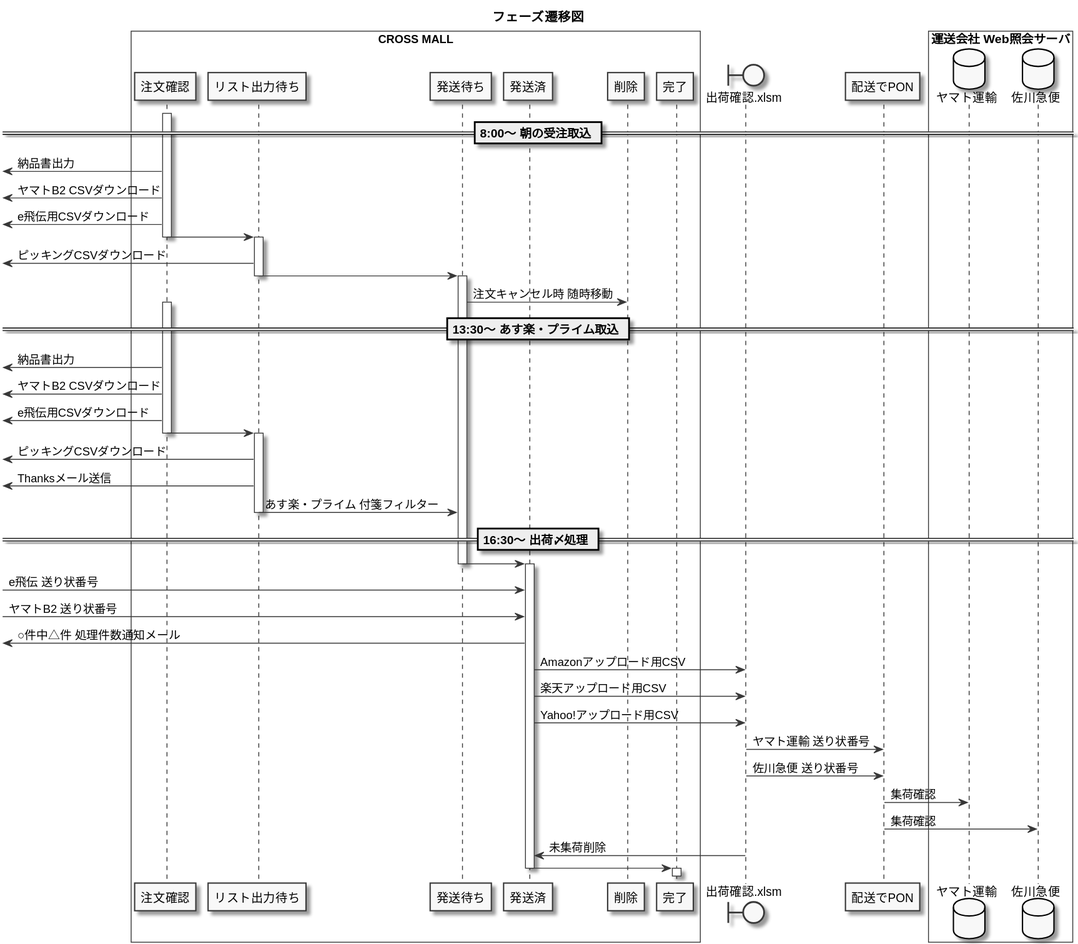
The PlantUML diagram out/phase_change_figure/phase_change_figure.svg in amunenaga/ec-backyard-macro, before a commit. Its source is kept beside it as phase_change_figure.puml. Its diagram source:
```plantuml
@startuml phase_change_figure

skinparam monochrome true
skinparam packageFontSize 25

title フェーズ遷移図

== 8:00～ 朝の受注取込 ==

activate 注文確認
[<- 注文確認 :納品書出力
[<- 注文確認 :ヤマトB2 CSVダウンロード
[<- 注文確認 :e飛伝用CSVダウンロード

注文確認 -> リスト出力待ち
deactivate 注文確認

activate リスト出力待ち
[<- リスト出力待ち : ピッキングCSVダウンロード

リスト出力待ち -> 発送待ち
deactivate リスト出力待ち

activate 発送待ち

発送待ち -> 削除 :注文キャンセル時 随時移動

== 13:30～ あす楽・プライム取込 ==

box "CROSS MALL" #white
participant 注文確認
participant リスト出力待ち
participant 発送待ち
participant 発送済
participant 削除
participant 完了
end box

activate 注文確認
[<- 注文確認 :納品書出力
[<- 注文確認 :ヤマトB2 CSVダウンロード
[<- 注文確認 :e飛伝用CSVダウンロード

注文確認 -> リスト出力待ち
deactivate 注文確認

activate リスト出力待ち
[<- リスト出力待ち : ピッキングCSVダウンロード
[<- リスト出力待ち : Thanksメール送信

リスト出力待ち -> 発送待ち :あす楽・プライム 付箋フィルター
deactivate リスト出力待ち

== 16:30～ 出荷〆処理 ==

発送待ち -> 発送済

deactivate 発送待ち

activate 発送済

[-> 発送済 :e飛伝 送り状番号
[-> 発送済 :ヤマトB2 送り状番号

[<- 発送済 : ○件中△件 処理件数通知メール

boundary 出荷確認.xlsm

発送済 -> 出荷確認.xlsm :Amazonアップロード用CSV
発送済 -> 出荷確認.xlsm :楽天アップロード用CSV
発送済 -> 出荷確認.xlsm :Yahoo!アップロード用CSV

出荷確認.xlsm -> 配送でPON : ヤマト運輸 送り状番号
出荷確認.xlsm -> 配送でPON : 佐川急便 送り状番号

box "運送会社 Web照会サーバ" #white
    database ヤマト運輸
    database 佐川急便
end box

配送でPON -> ヤマト運輸 : 集荷確認
配送でPON -> 佐川急便 : 集荷確認

出荷確認.xlsm -> 発送済 : 未集荷削除

発送済 -> 完了

deactivate 発送済

activate 完了

@enduml
```
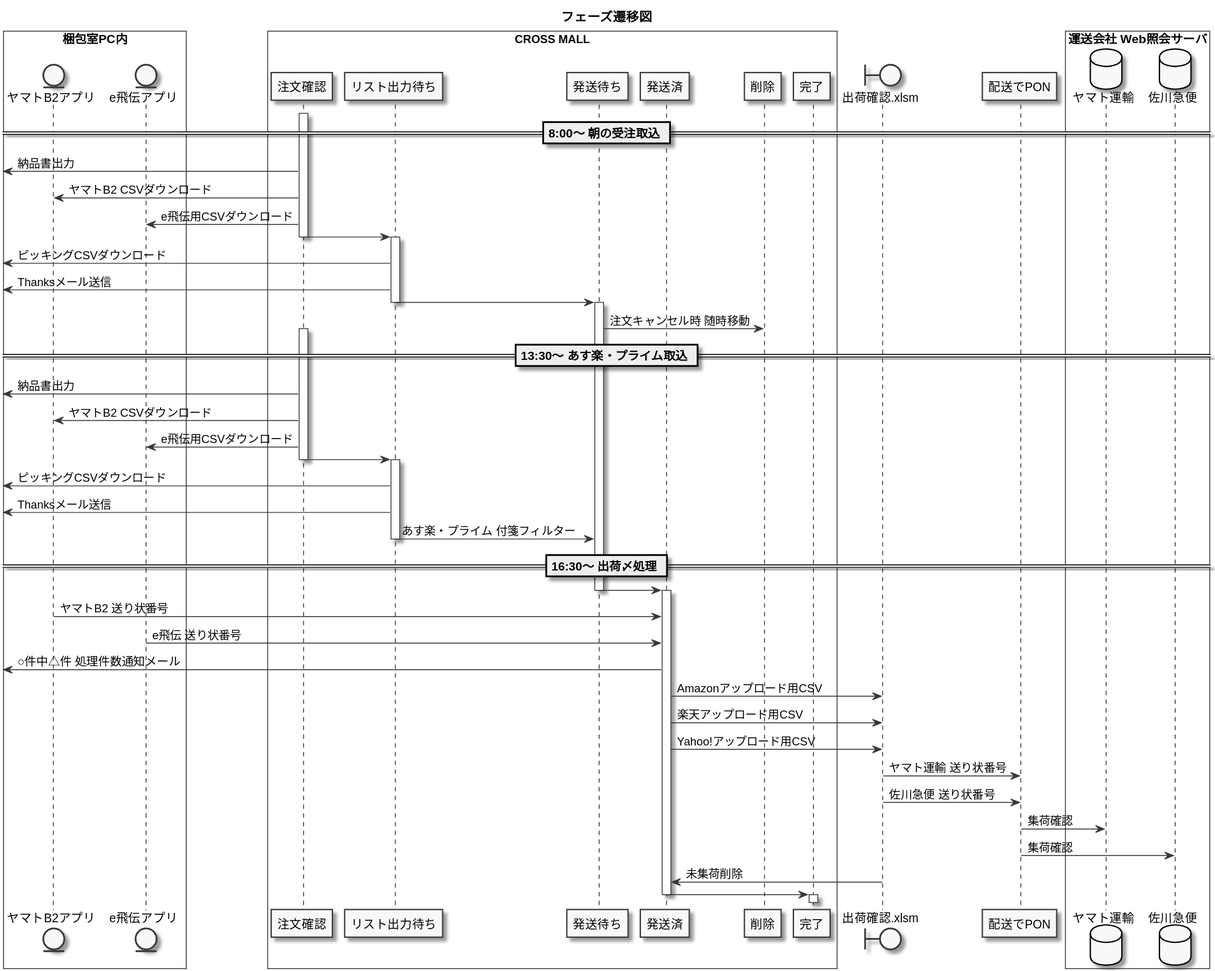
After the change.

The edit, as a diff of the source:
```diff
@@ -5,11 +5,25 @@
 
 title フェーズ遷移図
 
+box "梱包室PC内" #white
+entity ヤマトB2端末
+entity 佐川e飛伝
+end box
+
+box "CROSS MALL" #white
+participant 注文確認
+participant リスト出力待ち
+participant 発送待ち
+participant 発送済
+participant 削除
+participant 完了
+end box
+
 == 8:00～ 朝の受注取込 ==
 
 activate 注文確認
 [<- 注文確認 :納品書出力
-[<- 注文確認 :ヤマトB2 CSVダウンロード
+ 注文確認 :ヤマトB2 CSVダウンロード
 [<- 注文確認 :e飛伝用CSVダウンロード
 
 注文確認 -> リスト出力待ち
@@ -26,15 +40,6 @@
 発送待ち -> 削除 :注文キャンセル時 随時移動
 
 == 13:30～ あす楽・プライム取込 ==
-
-box "CROSS MALL" #white
-participant 注文確認
-participant リスト出力待ち
-participant 発送待ち
-participant 発送済
-participant 削除
-participant 完了
-end box
 
 activate 注文確認
 [<- 注文確認 :納品書出力
```
